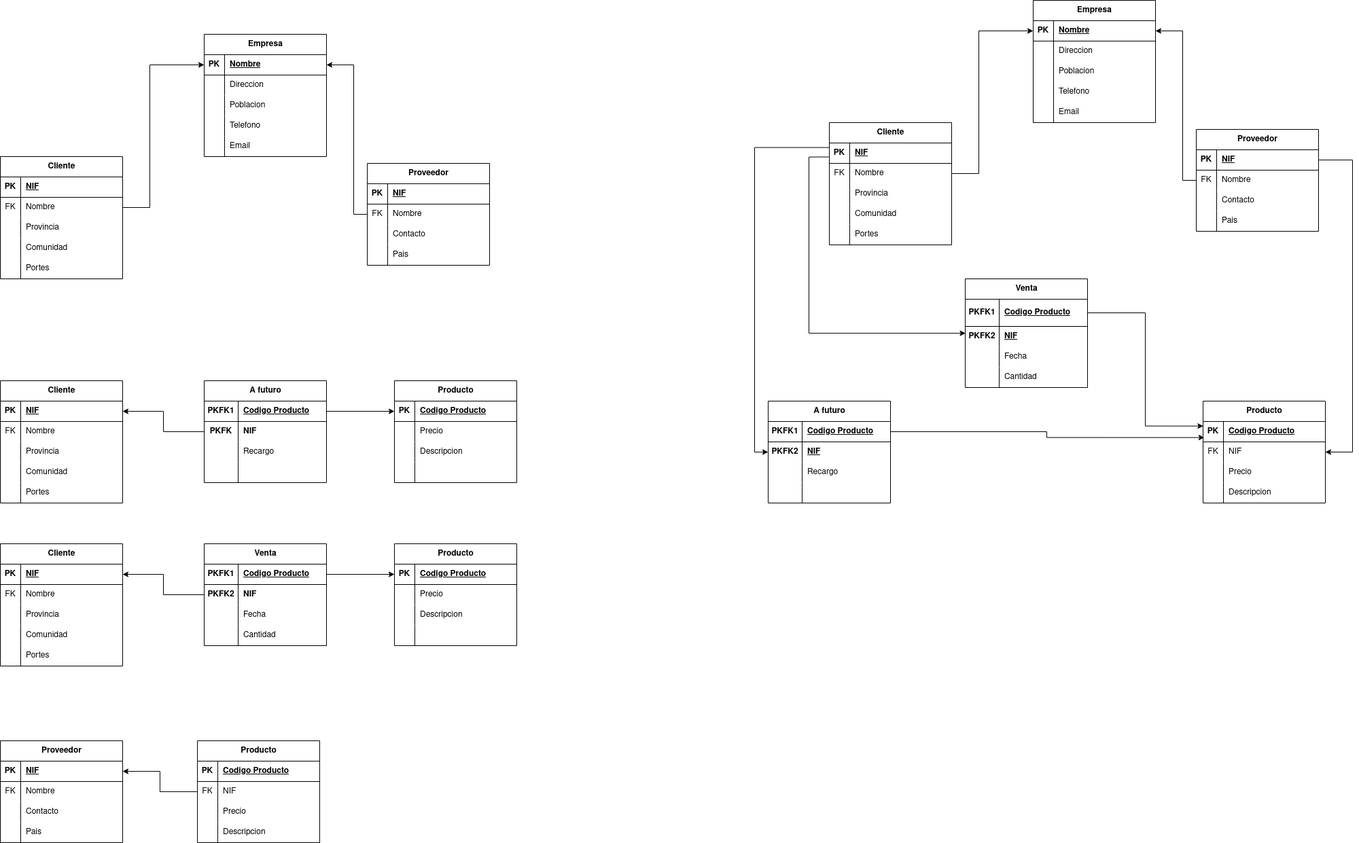
Before: Unidad_1/Tareas/Tareas_entregables/Tarea_5/Empresa Compra Venta.drawio.png, a diagram exported from draw.io (OxideVanadium/base_de_datos). Source tidied: cells renumbered, new cells last; positions are measured from the earlier drawing's top-left corner, leaving out a move shared by most shapes.
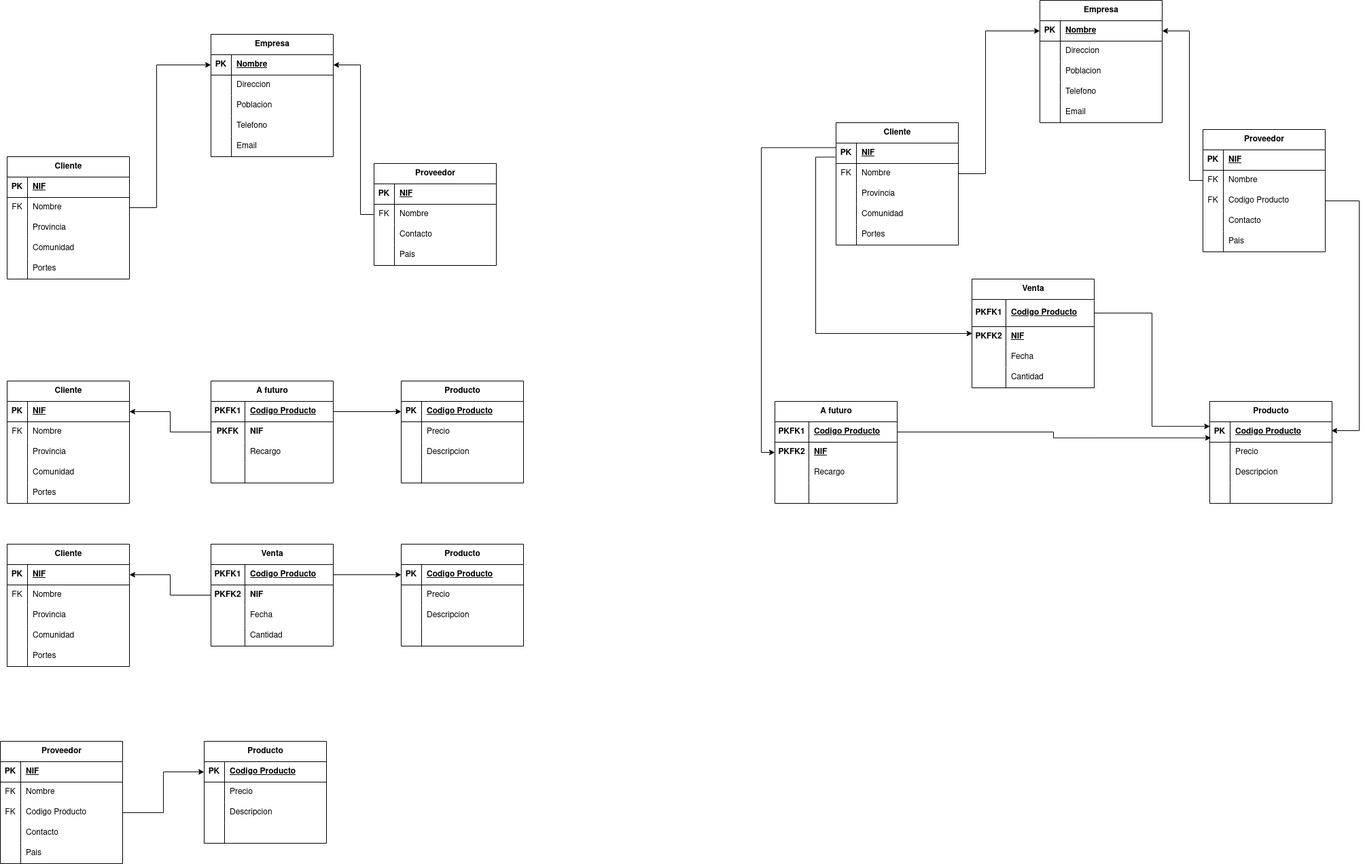
The same diagram one commit later.

The edit, as a diff of the source:
```diff
@@ -417,45 +417,6 @@
     <mxCell id="136" style="edgeStyle=orthogonalEdgeStyle;rounded=0;jettySize=auto;html=1;" parent="1" edge="1" source="110" target="121">
       <mxGeometry relative="1" as="geometry" />
     </mxCell>
-    <mxCell id="137" value="Proveedor" style="shape=table;startSize=30;rowLines=0;fontStyle=1;align=center;html=1;" parent="1" vertex="1">
-      <mxGeometry y="1090" width="180" height="150" as="geometry" />
-    </mxCell>
-    <mxCell id="138" style="shape=tableRow;horizontal=0;startSize=0;swimlaneHead=0;swimlaneBody=0;fillColor=none;points=[[0,0.5],[1,0.5]];portConstraint=eastwest;top=0;left=0;right=0;bottom=1;" parent="137" vertex="1">
-      <mxGeometry y="30" width="180" height="30" as="geometry" />
-    </mxCell>
-    <mxCell id="139" value="PK" style="shape=partialRectangle;fillColor=none;top=0;left=0;bottom=0;right=0;fontStyle=1;overflow=hidden;whiteSpace=wrap;html=1;" parent="138" vertex="1">
-      <mxGeometry width="30" height="30" as="geometry" />
-    </mxCell>
-    <mxCell id="140" value="NIF" style="shape=partialRectangle;fillColor=none;top=0;left=0;bottom=0;right=0;align=left;spacingLeft=6;fontStyle=5;overflow=hidden;whiteSpace=wrap;html=1;" parent="138" vertex="1">
-      <mxGeometry x="30" width="150" height="30" as="geometry" />
-    </mxCell>
-    <mxCell id="141" style="shape=tableRow;horizontal=0;startSize=0;swimlaneHead=0;swimlaneBody=0;fillColor=none;top=0;left=0;right=0;bottom=0;" parent="137" vertex="1">
-      <mxGeometry y="60" width="180" height="30" as="geometry" />
-    </mxCell>
-    <mxCell id="142" value="FK" style="shape=partialRectangle;fillColor=none;top=0;left=0;bottom=0;right=0;overflow=hidden;whiteSpace=wrap;html=1;" parent="141" vertex="1">
-      <mxGeometry width="30" height="30" as="geometry" />
-    </mxCell>
-    <mxCell id="143" value="Nombre" style="shape=partialRectangle;fillColor=none;top=0;left=0;bottom=0;right=0;align=left;spacingLeft=6;overflow=hidden;whiteSpace=wrap;html=1;" parent="141" vertex="1">
-      <mxGeometry x="30" width="150" height="30" as="geometry" />
-    </mxCell>
-    <mxCell id="144" style="shape=tableRow;horizontal=0;startSize=0;swimlaneHead=0;swimlaneBody=0;fillColor=none;points=[[0,0.5],[1,0.5]];portConstraint=eastwest;top=0;left=0;right=0;bottom=0;" parent="137" vertex="1">
-      <mxGeometry y="90" width="180" height="30" as="geometry" />
-    </mxCell>
-    <mxCell id="145" style="shape=partialRectangle;fillColor=none;top=0;left=0;bottom=0;right=0;overflow=hidden;whiteSpace=wrap;html=1;" parent="144" vertex="1">
-      <mxGeometry width="30" height="30" as="geometry" />
-    </mxCell>
-    <mxCell id="146" value="Contacto" style="shape=partialRectangle;fillColor=none;top=0;left=0;bottom=0;right=0;align=left;spacingLeft=6;overflow=hidden;whiteSpace=wrap;html=1;" parent="144" vertex="1">
-      <mxGeometry x="30" width="150" height="30" as="geometry" />
-    </mxCell>
-    <mxCell id="147" style="shape=tableRow;horizontal=0;startSize=0;swimlaneHead=0;swimlaneBody=0;fillColor=none;top=0;left=0;right=0;bottom=0;" parent="137" vertex="1">
-      <mxGeometry y="120" width="180" height="30" as="geometry" />
-    </mxCell>
-    <mxCell id="148" style="shape=partialRectangle;fillColor=none;top=0;left=0;bottom=0;right=0;overflow=hidden;whiteSpace=wrap;html=1;" parent="147" vertex="1">
-      <mxGeometry width="30" height="30" as="geometry" />
-    </mxCell>
-    <mxCell id="149" value="Pais" style="shape=partialRectangle;fillColor=none;top=0;left=0;bottom=0;right=0;align=left;spacingLeft=6;overflow=hidden;whiteSpace=wrap;html=1;" parent="147" vertex="1">
-      <mxGeometry x="30" width="150" height="30" as="geometry" />
-    </mxCell>
     <mxCell id="150" value="Producto" style="shape=table;startSize=30;rowLines=0;fontStyle=1;align=center;html=1;" parent="1" vertex="1">
       <mxGeometry x="290" y="1090" width="180" height="150" as="geometry" />
     </mxCell>
@@ -471,10 +432,10 @@
     <mxCell id="154" style="shape=tableRow;horizontal=0;startSize=0;swimlaneHead=0;swimlaneBody=0;fillColor=none;points=[[0,0.5],[1,0.5]];portConstraint=eastwest;top=0;left=0;right=0;bottom=0;" parent="150" vertex="1">
       <mxGeometry y="60" width="180" height="30" as="geometry" />
     </mxCell>
-    <mxCell id="155" value="FK" style="shape=partialRectangle;fillColor=none;top=0;left=0;bottom=0;right=0;overflow=hidden;whiteSpace=wrap;html=1;" parent="154" vertex="1">
+    <mxCell id="155" style="shape=partialRectangle;fillColor=none;top=0;left=0;bottom=0;right=0;overflow=hidden;whiteSpace=wrap;html=1;" parent="154" vertex="1">
       <mxGeometry width="30" height="30" as="geometry" />
     </mxCell>
-    <mxCell id="156" value="NIF" style="shape=partialRectangle;fillColor=none;top=0;left=0;bottom=0;right=0;align=left;spacingLeft=6;overflow=hidden;whiteSpace=wrap;html=1;" parent="154" vertex="1">
+    <mxCell id="156" value="Precio" style="shape=partialRectangle;fillColor=none;top=0;left=0;bottom=0;right=0;align=left;spacingLeft=6;overflow=hidden;whiteSpace=wrap;html=1;" parent="154" vertex="1">
       <mxGeometry x="30" width="150" height="30" as="geometry" />
     </mxCell>
     <mxCell id="157" style="shape=tableRow;horizontal=0;startSize=0;swimlaneHead=0;swimlaneBody=0;fillColor=none;top=0;left=0;right=0;bottom=0;" parent="150" vertex="1">
@@ -483,7 +444,7 @@
     <mxCell id="158" style="shape=partialRectangle;fillColor=none;top=0;left=0;bottom=0;right=0;overflow=hidden;whiteSpace=wrap;html=1;" parent="157" vertex="1">
       <mxGeometry width="30" height="30" as="geometry" />
     </mxCell>
-    <mxCell id="159" value="Precio" style="shape=partialRectangle;fillColor=none;top=0;left=0;bottom=0;right=0;align=left;spacingLeft=6;overflow=hidden;whiteSpace=wrap;html=1;" parent="157" vertex="1">
+    <mxCell id="159" value="Descripcion" style="shape=partialRectangle;fillColor=none;top=0;left=0;bottom=0;right=0;align=left;spacingLeft=6;overflow=hidden;whiteSpace=wrap;html=1;" parent="157" vertex="1">
       <mxGeometry x="30" width="150" height="30" as="geometry" />
     </mxCell>
     <mxCell id="160" style="shape=tableRow;horizontal=0;startSize=0;swimlaneHead=0;swimlaneBody=0;fillColor=none;top=0;left=0;right=0;bottom=0;" parent="150" vertex="1">
@@ -492,12 +453,9 @@
     <mxCell id="161" style="shape=partialRectangle;fillColor=none;top=0;left=0;bottom=0;right=0;overflow=hidden;whiteSpace=wrap;html=1;" parent="160" vertex="1">
       <mxGeometry width="30" height="30" as="geometry" />
     </mxCell>
-    <mxCell id="162" value="Descripcion" style="shape=partialRectangle;fillColor=none;top=0;left=0;bottom=0;right=0;align=left;spacingLeft=6;overflow=hidden;whiteSpace=wrap;html=1;" parent="160" vertex="1">
+    <mxCell id="162" style="shape=partialRectangle;fillColor=none;top=0;left=0;bottom=0;right=0;align=left;spacingLeft=6;overflow=hidden;whiteSpace=wrap;html=1;" parent="160" vertex="1">
       <mxGeometry x="30" width="150" height="30" as="geometry" />
     </mxCell>
-    <mxCell id="163" style="edgeStyle=orthogonalEdgeStyle;rounded=0;jettySize=auto;html=1;entryX=1;entryY=0.5;entryDx=0;entryDy=0;" parent="1" edge="1" source="154" target="138">
-      <mxGeometry relative="1" as="geometry" />
-    </mxCell>
     <mxCell id="164" value="Empresa" style="shape=table;startSize=30;rowLines=0;fontStyle=1;align=center;html=1;" parent="1" vertex="1">
       <mxGeometry x="1520" width="180" height="180" as="geometry" />
     </mxCell>
@@ -603,7 +561,7 @@
       </mxGeometry>
     </mxCell>
     <mxCell id="197" value="Proveedor" style="shape=table;startSize=30;rowLines=0;fontStyle=1;align=center;html=1;" parent="1" vertex="1">
-      <mxGeometry x="1760" y="190" width="180" height="150" as="geometry" />
+      <mxGeometry x="1760" y="190" width="180" height="180" as="geometry" />
     </mxCell>
     <mxCell id="198" style="shape=tableRow;horizontal=0;startSize=0;swimlaneHead=0;swimlaneBody=0;fillColor=none;points=[[0,0.5],[1,0.5]];portConstraint=eastwest;top=0;left=0;right=0;bottom=1;" parent="197" vertex="1">
       <mxGeometry y="30" width="180" height="30" as="geometry" />
@@ -626,10 +584,10 @@
     <mxCell id="204" style="shape=tableRow;horizontal=0;startSize=0;swimlaneHead=0;swimlaneBody=0;fillColor=none;points=[[0,0.5],[1,0.5]];portConstraint=eastwest;top=0;left=0;right=0;bottom=0;" parent="197" vertex="1">
       <mxGeometry y="90" width="180" height="30" as="geometry" />
     </mxCell>
-    <mxCell id="205" style="shape=partialRectangle;fillColor=none;top=0;left=0;bottom=0;right=0;overflow=hidden;whiteSpace=wrap;html=1;" parent="204" vertex="1">
+    <mxCell id="205" value="FK" style="shape=partialRectangle;fillColor=none;top=0;left=0;bottom=0;right=0;overflow=hidden;whiteSpace=wrap;html=1;" parent="204" vertex="1">
       <mxGeometry width="30" height="30" as="geometry" />
     </mxCell>
-    <mxCell id="206" value="Contacto" style="shape=partialRectangle;fillColor=none;top=0;left=0;bottom=0;right=0;align=left;spacingLeft=6;overflow=hidden;whiteSpace=wrap;html=1;" parent="204" vertex="1">
+    <mxCell id="206" value="Codigo Producto" style="shape=partialRectangle;fillColor=none;top=0;left=0;bottom=0;right=0;align=left;spacingLeft=6;overflow=hidden;whiteSpace=wrap;html=1;" parent="204" vertex="1">
       <mxGeometry x="30" width="150" height="30" as="geometry" />
     </mxCell>
     <mxCell id="207" style="shape=tableRow;horizontal=0;startSize=0;swimlaneHead=0;swimlaneBody=0;fillColor=none;top=0;left=0;right=0;bottom=0;" parent="197" vertex="1">
@@ -638,9 +596,18 @@
     <mxCell id="208" style="shape=partialRectangle;fillColor=none;top=0;left=0;bottom=0;right=0;overflow=hidden;whiteSpace=wrap;html=1;" parent="207" vertex="1">
       <mxGeometry width="30" height="30" as="geometry" />
     </mxCell>
-    <mxCell id="209" value="Pais" style="shape=partialRectangle;fillColor=none;top=0;left=0;bottom=0;right=0;align=left;spacingLeft=6;overflow=hidden;whiteSpace=wrap;html=1;" parent="207" vertex="1">
+    <mxCell id="209" value="Contacto" style="shape=partialRectangle;fillColor=none;top=0;left=0;bottom=0;right=0;align=left;spacingLeft=6;overflow=hidden;whiteSpace=wrap;html=1;" parent="207" vertex="1">
       <mxGeometry x="30" width="150" height="30" as="geometry" />
     </mxCell>
+    <mxCell id="255" style="shape=tableRow;horizontal=0;startSize=0;swimlaneHead=0;swimlaneBody=0;fillColor=none;top=0;left=0;right=0;bottom=0;" parent="197" vertex="1">
+      <mxGeometry y="150" width="180" height="30" as="geometry" />
+    </mxCell>
+    <mxCell id="256" style="shape=partialRectangle;fillColor=none;top=0;left=0;bottom=0;right=0;overflow=hidden;whiteSpace=wrap;html=1;" parent="255" vertex="1">
+      <mxGeometry width="30" height="30" as="geometry" />
+    </mxCell>
+    <mxCell id="257" value="Pais" style="shape=partialRectangle;fillColor=none;top=0;left=0;bottom=0;right=0;align=left;spacingLeft=6;overflow=hidden;whiteSpace=wrap;html=1;" parent="255" vertex="1">
+      <mxGeometry x="30" width="150" height="30" as="geometry" />
+    </mxCell>
     <mxCell id="210" style="edgeStyle=orthogonalEdgeStyle;rounded=0;jettySize=auto;html=1;entryX=0;entryY=0.5;entryDx=0;entryDy=0;exitX=1;exitY=0.5;exitDx=0;exitDy=0;" parent="1" edge="1" source="184" target="165">
       <mxGeometry relative="1" as="geometry">
         <Array as="points">
@@ -664,10 +631,10 @@
     <mxCell id="215" style="shape=tableRow;horizontal=0;startSize=0;swimlaneHead=0;swimlaneBody=0;fillColor=none;points=[[0,0.5],[1,0.5]];portConstraint=eastwest;top=0;left=0;right=0;bottom=0;" parent="211" vertex="1">
       <mxGeometry y="60" width="180" height="30" as="geometry" />
     </mxCell>
-    <mxCell id="216" value="FK" style="shape=partialRectangle;fillColor=none;top=0;left=0;bottom=0;right=0;overflow=hidden;whiteSpace=wrap;html=1;" parent="215" vertex="1">
+    <mxCell id="216" style="shape=partialRectangle;fillColor=none;top=0;left=0;bottom=0;right=0;overflow=hidden;whiteSpace=wrap;html=1;" parent="215" vertex="1">
       <mxGeometry width="30" height="30" as="geometry" />
     </mxCell>
-    <mxCell id="217" value="NIF" style="shape=partialRectangle;fillColor=none;top=0;left=0;bottom=0;right=0;align=left;spacingLeft=6;overflow=hidden;whiteSpace=wrap;html=1;" parent="215" vertex="1">
+    <mxCell id="217" value="Precio" style="shape=partialRectangle;fillColor=none;top=0;left=0;bottom=0;right=0;align=left;spacingLeft=6;overflow=hidden;whiteSpace=wrap;html=1;" parent="215" vertex="1">
       <mxGeometry x="30" width="150" height="30" as="geometry" />
     </mxCell>
     <mxCell id="218" style="shape=tableRow;horizontal=0;startSize=0;swimlaneHead=0;swimlaneBody=0;fillColor=none;top=0;left=0;right=0;bottom=0;" parent="211" vertex="1">
@@ -676,7 +643,7 @@
     <mxCell id="219" style="shape=partialRectangle;fillColor=none;top=0;left=0;bottom=0;right=0;overflow=hidden;whiteSpace=wrap;html=1;" parent="218" vertex="1">
       <mxGeometry width="30" height="30" as="geometry" />
     </mxCell>
-    <mxCell id="220" value="Precio" style="shape=partialRectangle;fillColor=none;top=0;left=0;bottom=0;right=0;align=left;spacingLeft=6;overflow=hidden;whiteSpace=wrap;html=1;" parent="218" vertex="1">
+    <mxCell id="220" value="Descripcion" style="shape=partialRectangle;fillColor=none;top=0;left=0;bottom=0;right=0;align=left;spacingLeft=6;overflow=hidden;whiteSpace=wrap;html=1;" parent="218" vertex="1">
       <mxGeometry x="30" width="150" height="30" as="geometry" />
     </mxCell>
     <mxCell id="221" style="shape=tableRow;horizontal=0;startSize=0;swimlaneHead=0;swimlaneBody=0;fillColor=none;top=0;left=0;right=0;bottom=0;" parent="211" vertex="1">
@@ -685,7 +652,7 @@
     <mxCell id="222" style="shape=partialRectangle;fillColor=none;top=0;left=0;bottom=0;right=0;overflow=hidden;whiteSpace=wrap;html=1;" parent="221" vertex="1">
       <mxGeometry width="30" height="30" as="geometry" />
     </mxCell>
-    <mxCell id="223" value="Descripcion" style="shape=partialRectangle;fillColor=none;top=0;left=0;bottom=0;right=0;align=left;spacingLeft=6;overflow=hidden;whiteSpace=wrap;html=1;" parent="221" vertex="1">
+    <mxCell id="223" style="shape=partialRectangle;fillColor=none;top=0;left=0;bottom=0;right=0;align=left;spacingLeft=6;overflow=hidden;whiteSpace=wrap;html=1;" parent="221" vertex="1">
       <mxGeometry x="30" width="150" height="30" as="geometry" />
     </mxCell>
     <mxCell id="224" value="A futuro" style="shape=table;startSize=30;rowLines=0;fontStyle=1;align=center;html=1;" parent="1" vertex="1">
@@ -784,13 +751,64 @@
     <mxCell id="253" style="edgeStyle=orthogonalEdgeStyle;rounded=0;jettySize=auto;html=1;entryX=0.002;entryY=0.223;entryDx=0;entryDy=0;entryPerimeter=0;" parent="1" edge="1" source="238" target="212">
       <mxGeometry relative="1" as="geometry" />
     </mxCell>
-    <mxCell id="254" style="edgeStyle=orthogonalEdgeStyle;rounded=0;jettySize=auto;html=1;entryX=1;entryY=0.5;entryDx=0;entryDy=0;" parent="1" edge="1" source="198" target="215">
+    <mxCell id="254" style="edgeStyle=orthogonalEdgeStyle;rounded=0;jettySize=auto;html=1;entryX=0.995;entryY=0.433;entryDx=0;entryDy=0;exitX=1;exitY=0.5;exitDx=0;exitDy=0;entryPerimeter=0;" parent="1" edge="1" source="204" target="212">
       <mxGeometry relative="1" as="geometry">
         <Array as="points">
-          <mxPoint x="1990" y="235" />
-          <mxPoint x="1990" y="665" />
+          <mxPoint x="1990" y="295" />
+          <mxPoint x="1990" y="633" />
         </Array>
       </mxGeometry>
     </mxCell>
+    <mxCell id="137" value="Proveedor" style="shape=table;startSize=30;rowLines=0;fontStyle=1;align=center;html=1;" parent="1" vertex="1">
+      <mxGeometry x="-10" y="1090" width="180" height="180" as="geometry" />
+    </mxCell>
+    <mxCell id="138" style="shape=tableRow;horizontal=0;startSize=0;swimlaneHead=0;swimlaneBody=0;fillColor=none;points=[[0,0.5],[1,0.5]];portConstraint=eastwest;top=0;left=0;right=0;bottom=1;" parent="137" vertex="1">
+      <mxGeometry y="30" width="180" height="30" as="geometry" />
+    </mxCell>
+    <mxCell id="139" value="PK" style="shape=partialRectangle;fillColor=none;top=0;left=0;bottom=0;right=0;fontStyle=1;overflow=hidden;whiteSpace=wrap;html=1;" parent="138" vertex="1">
+      <mxGeometry width="30" height="30" as="geometry" />
+    </mxCell>
+    <mxCell id="140" value="NIF" style="shape=partialRectangle;fillColor=none;top=0;left=0;bottom=0;right=0;align=left;spacingLeft=6;fontStyle=5;overflow=hidden;whiteSpace=wrap;html=1;" parent="138" vertex="1">
+      <mxGeometry x="30" width="150" height="30" as="geometry" />
+    </mxCell>
+    <mxCell id="141" style="shape=tableRow;horizontal=0;startSize=0;swimlaneHead=0;swimlaneBody=0;fillColor=none;top=0;left=0;right=0;bottom=0;" parent="137" vertex="1">
+      <mxGeometry y="60" width="180" height="30" as="geometry" />
+    </mxCell>
+    <mxCell id="258" value="FK" style="shape=partialRectangle;fillColor=none;top=0;left=0;bottom=0;right=0;overflow=hidden;whiteSpace=wrap;html=1;" parent="141" vertex="1">
+      <mxGeometry width="30" height="30" as="geometry" />
+    </mxCell>
+    <mxCell id="143" value="Nombre" style="shape=partialRectangle;fillColor=none;top=0;left=0;bottom=0;right=0;align=left;spacingLeft=6;overflow=hidden;whiteSpace=wrap;html=1;" parent="141" vertex="1">
+      <mxGeometry x="30" width="150" height="30" as="geometry" />
+    </mxCell>
+    <mxCell id="144" style="shape=tableRow;horizontal=0;startSize=0;swimlaneHead=0;swimlaneBody=0;fillColor=none;points=[[0,0.5],[1,0.5]];portConstraint=eastwest;top=0;left=0;right=0;bottom=0;" parent="137" vertex="1">
+      <mxGeometry y="90" width="180" height="30" as="geometry" />
+    </mxCell>
+    <mxCell id="259" value="FK" style="shape=partialRectangle;fillColor=none;top=0;left=0;bottom=0;right=0;overflow=hidden;whiteSpace=wrap;html=1;" parent="144" vertex="1">
+      <mxGeometry width="30" height="30" as="geometry" />
+    </mxCell>
+    <mxCell id="260" value="Codigo Producto" style="shape=partialRectangle;fillColor=none;top=0;left=0;bottom=0;right=0;align=left;spacingLeft=6;overflow=hidden;whiteSpace=wrap;html=1;" parent="144" vertex="1">
+      <mxGeometry x="30" width="150" height="30" as="geometry" />
+    </mxCell>
+    <mxCell id="147" style="shape=tableRow;horizontal=0;startSize=0;swimlaneHead=0;swimlaneBody=0;fillColor=none;top=0;left=0;right=0;bottom=0;" parent="137" vertex="1">
+      <mxGeometry y="120" width="180" height="30" as="geometry" />
+    </mxCell>
+    <mxCell id="261" style="shape=partialRectangle;fillColor=none;top=0;left=0;bottom=0;right=0;overflow=hidden;whiteSpace=wrap;html=1;" parent="147" vertex="1">
+      <mxGeometry width="30" height="30" as="geometry" />
+    </mxCell>
+    <mxCell id="146" value="Contacto" style="shape=partialRectangle;fillColor=none;top=0;left=0;bottom=0;right=0;align=left;spacingLeft=6;overflow=hidden;whiteSpace=wrap;html=1;" parent="147" vertex="1">
+      <mxGeometry x="30" width="150" height="30" as="geometry" />
+    </mxCell>
+    <mxCell id="262" style="shape=tableRow;horizontal=0;startSize=0;swimlaneHead=0;swimlaneBody=0;fillColor=none;top=0;left=0;right=0;bottom=0;" parent="137" vertex="1">
+      <mxGeometry y="150" width="180" height="30" as="geometry" />
+    </mxCell>
+    <mxCell id="263" style="shape=partialRectangle;fillColor=none;top=0;left=0;bottom=0;right=0;overflow=hidden;whiteSpace=wrap;html=1;" parent="262" vertex="1">
+      <mxGeometry width="30" height="30" as="geometry" />
+    </mxCell>
+    <mxCell id="264" value="Pais" style="shape=partialRectangle;fillColor=none;top=0;left=0;bottom=0;right=0;align=left;spacingLeft=6;overflow=hidden;whiteSpace=wrap;html=1;" parent="262" vertex="1">
+      <mxGeometry x="30" width="150" height="30" as="geometry" />
+    </mxCell>
+    <mxCell id="265" style="edgeStyle=orthogonalEdgeStyle;rounded=0;jettySize=auto;html=1;entryX=0;entryY=0.5;entryDx=0;entryDy=0;" parent="1" edge="1" source="144" target="151">
+      <mxGeometry relative="1" as="geometry" />
+    </mxCell>
   </root>
 </mxGraphModel>
```
